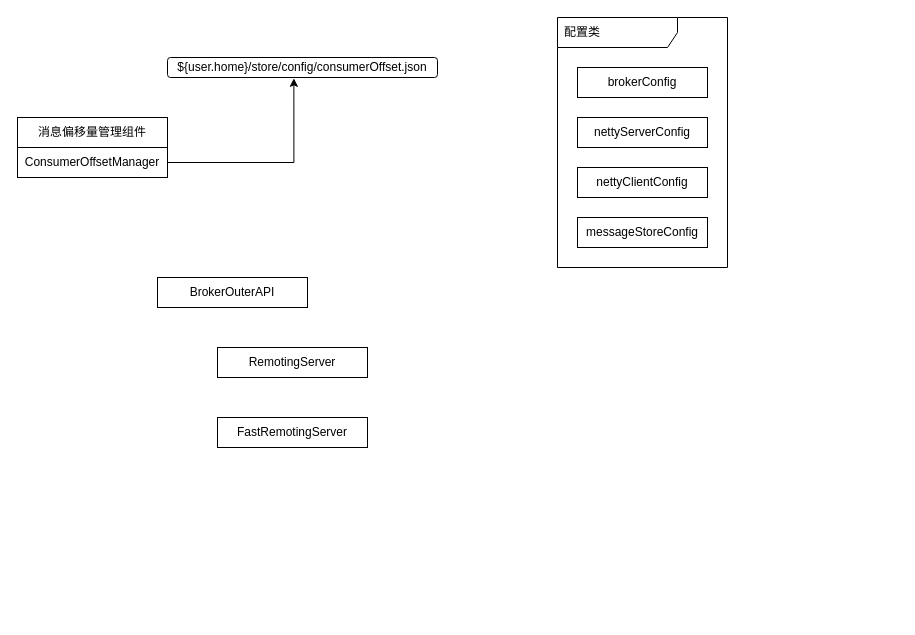
Before: page "Broker架构" (5 of 5) of 未命名绘图.drawio in plx927/Java-Core-learning, a draw.io diagram. Source tidied: cells renumbered, new cells numbered last; positions are measured from the earlier drawing's top-left corner, leaving out a move shared by most shapes. Both pictures are drawn from the tidied source at 100%, with x=0, y=0 at pixel (17, 17).
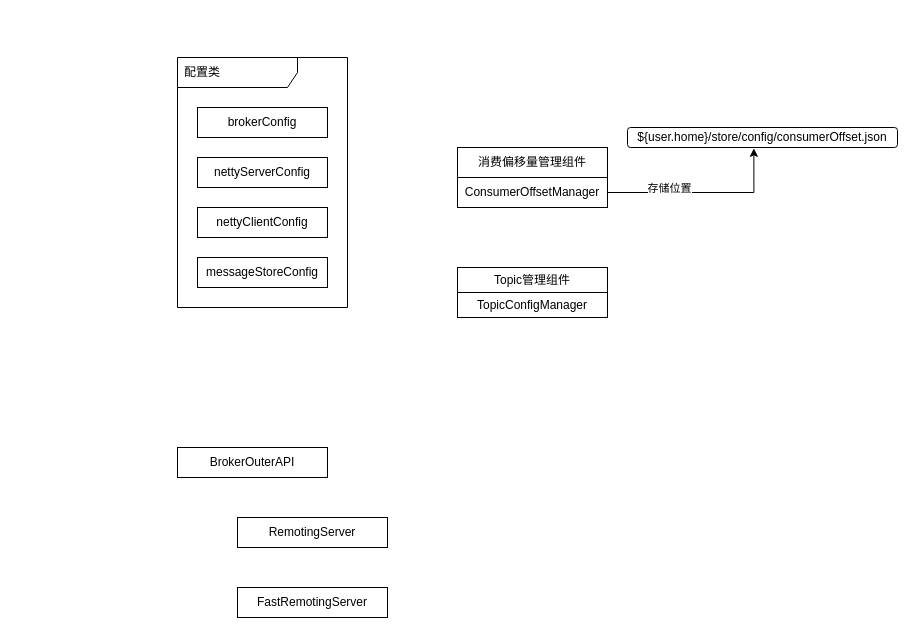
The same diagram, later.

Commit message:
更新未命名绘图.drawio

The change refers to these unchanged cells:
```xml
<mxCell id="11" value="ConsumerOffsetManager" style="rounded=0;whiteSpace=wrap;html=1;" parent="10" vertex="1">
  <mxGeometry y="30" width="150" height="30" as="geometry" />
</mxCell>
```

The edit, as a diff of the source:
```diff
@@
     <mxCell id="2" value="brokerConfig" style="rounded=0;whiteSpace=wrap;html=1;" parent="1" vertex="1">
-      <mxGeometry x="560" y="50" width="130" height="30" as="geometry" />
+      <mxGeometry x="180" y="90" width="130" height="30" as="geometry" />
     </mxCell>
     <mxCell id="3" value="nettyServerConfig" style="rounded=0;whiteSpace=wrap;html=1;" parent="1" vertex="1">
-      <mxGeometry x="560" y="100" width="130" height="30" as="geometry" />
+      <mxGeometry x="180" y="140" width="130" height="30" as="geometry" />
     </mxCell>
     <mxCell id="4" value="nettyClientConfig" style="rounded=0;whiteSpace=wrap;html=1;" parent="1" vertex="1">
-      <mxGeometry x="560" y="150" width="130" height="30" as="geometry" />
+      <mxGeometry x="180" y="190" width="130" height="30" as="geometry" />
     </mxCell>
     <mxCell id="5" value="messageStoreConfig" style="rounded=0;whiteSpace=wrap;html=1;" parent="1" vertex="1">
-      <mxGeometry x="560" y="200" width="130" height="30" as="geometry" />
+      <mxGeometry x="180" y="240" width="130" height="30" as="geometry" />
     </mxCell>
     <mxCell id="6" value="配置类" style="shape=umlFrame;whiteSpace=wrap;html=1;width=120;height=30;boundedLbl=1;verticalAlign=middle;align=left;spacingLeft=5;" parent="1" vertex="1">
-      <mxGeometry x="540" width="170" height="250" as="geometry" />
+      <mxGeometry x="160" y="40" width="170" height="250" as="geometry" />
     </mxCell>
     <mxCell id="7" value="RemotingServer" style="rounded=0;whiteSpace=wrap;html=1;" parent="1" vertex="1">
-      <mxGeometry x="200" y="330" width="150" height="30" as="geometry" />
+      <mxGeometry x="220" y="500" width="150" height="30" as="geometry" />
     </mxCell>
     <mxCell id="8" value="FastRemotingServer" style="rounded=0;whiteSpace=wrap;html=1;" parent="1" vertex="1">
-      <mxGeometry x="200" y="400" width="150" height="30" as="geometry" />
+      <mxGeometry x="220" y="570" width="150" height="30" as="geometry" />
     </mxCell>
     <mxCell id="9" value="BrokerOuterAPI" style="rounded=0;whiteSpace=wrap;html=1;" parent="1" vertex="1">
-      <mxGeometry x="140" y="260" width="150" height="30" as="geometry" />
+      <mxGeometry x="160" y="430" width="150" height="30" as="geometry" />
     </mxCell>
     <mxCell id="10" style="group;" parent="1" vertex="1">
-      <mxGeometry y="100" width="150" height="60" as="geometry" />
+      <mxGeometry x="440" y="130" width="150" height="60" as="geometry" />
     </mxCell>
@@
-    <mxCell id="12" value="消息偏移量管理组件" style="rounded=0;whiteSpace=wrap;html=1;" parent="10" vertex="1">
+    <mxCell id="12" value="消费偏移量管理组件" style="rounded=0;whiteSpace=wrap;html=1;" parent="10" vertex="1">
       <mxGeometry width="150" height="30" as="geometry" />
     </mxCell>
     <mxCell id="13" value="&lt;div class=&quot;lake-content&quot;&gt;&lt;span class=&quot;ne-text&quot;&gt;${user.home}/store/config/consumerOffset.json&lt;/span&gt;&lt;/div&gt;" style="rounded=1;whiteSpace=wrap;html=1;" parent="1" vertex="1">
-      <mxGeometry x="150" y="40" width="270" height="20" as="geometry" />
+      <mxGeometry x="610" y="110" width="270" height="20" as="geometry" />
     </mxCell>
     <mxCell id="14" style="edgeStyle=orthogonalEdgeStyle;rounded=0;jettySize=auto;html=1;entryX=0.468;entryY=1.04;entryDx=0;entryDy=0;entryPerimeter=0;" parent="1" edge="1" source="11" target="13">
       <mxGeometry relative="1" as="geometry">
         <Array as="points">
-          <mxPoint x="276" y="145" />
+          <mxPoint x="736" y="175" />
         </Array>
       </mxGeometry>
     </mxCell>
+    <mxCell id="15" value="存储位置" style="edgeLabel;html=1;align=center;verticalAlign=middle;" parent="14" vertex="1">
+      <mxGeometry x="-0.61" y="5" relative="1" as="geometry">
+        <mxPoint x="24" as="offset" />
+      </mxGeometry>
+    </mxCell>
+    <mxCell id="16" style="group;" parent="1" vertex="1">
+      <mxGeometry x="440" y="250" width="150" height="50" as="geometry" />
+    </mxCell>
+    <mxCell id="17" value="TopicConfigManager" style="rounded=0;whiteSpace=wrap;html=1;" parent="16" vertex="1">
+      <mxGeometry y="25" width="150" height="25" as="geometry" />
+    </mxCell>
+    <mxCell id="18" value="Topic管理组件" style="rounded=0;whiteSpace=wrap;html=1;" parent="16" vertex="1">
+      <mxGeometry width="150" height="25" as="geometry" />
+    </mxCell>
```
